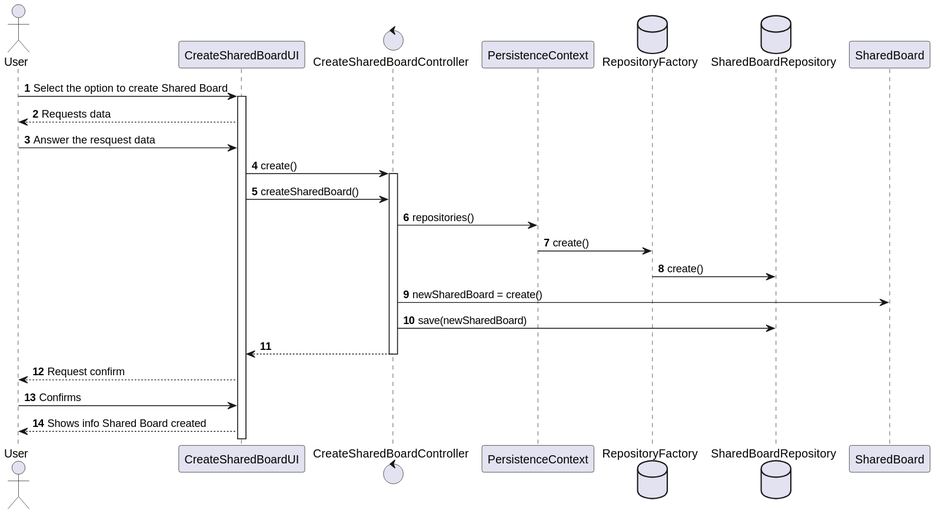
Earlier version of the PlantUML export docs/SPRINT B/US3002 - Create a Shared Board/Sequence_Diagram.svg (mascenso/isep-sem4-lapr4).
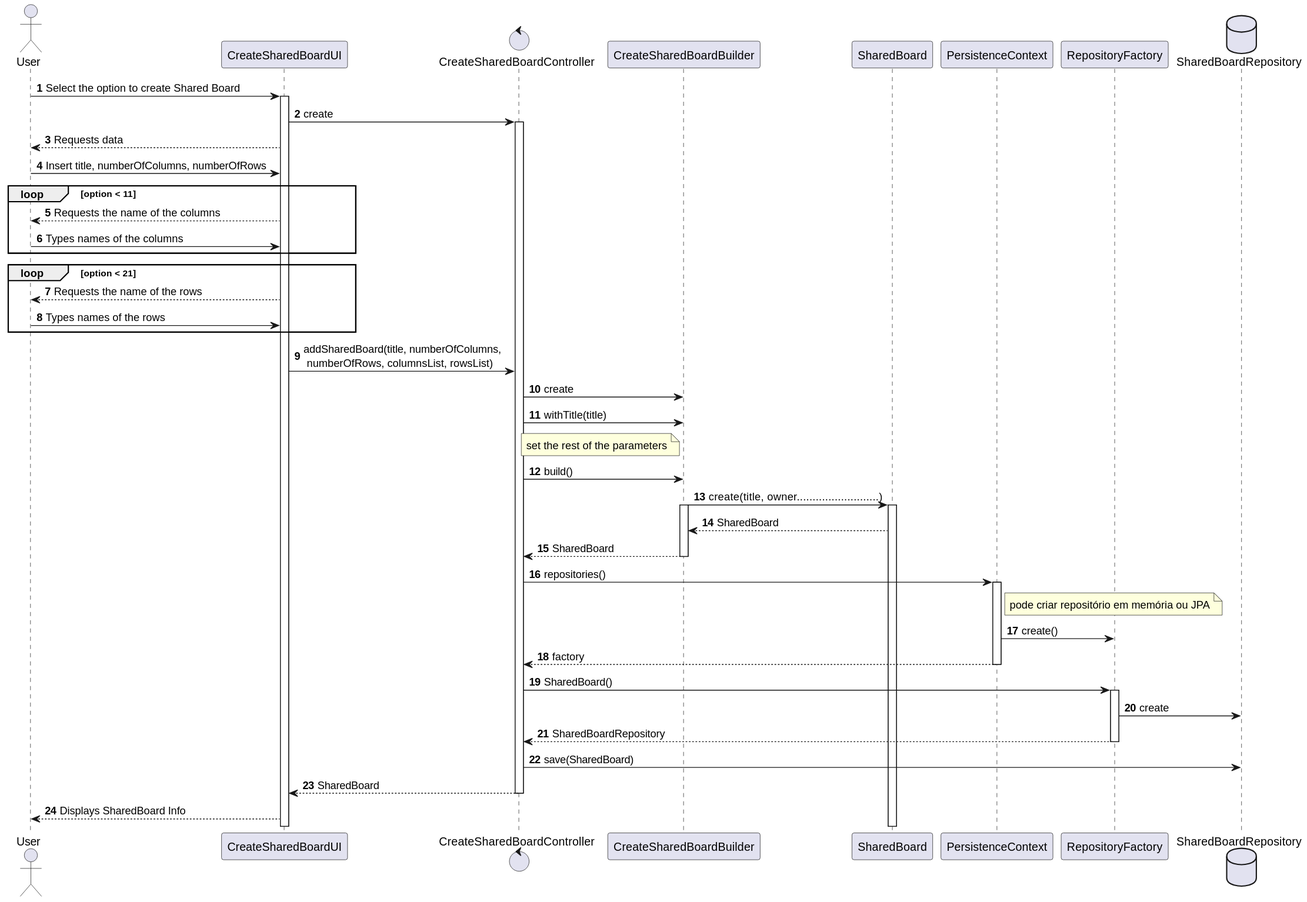
Later version of the same file.

Diff of the diagram source:
```diff
@@ -4,27 +4,57 @@
 
 actor User
 
+
 User -> CreateSharedBoardUI: Select the option to create Shared Board
 activate CreateSharedBoardUI
+control CreateSharedBoardController
+
+CreateSharedBoardUI -> CreateSharedBoardController: create
+activate CreateSharedBoardController
 CreateSharedBoardUI --> User: Requests data
-User -> CreateSharedBoardUI: Answer the resquest data
+User -> CreateSharedBoardUI: Insert title, numberOfColumns, numberOfRows
+    loop option < 11
+        CreateSharedBoardUI --> User: Requests the name of the columns
+        User -> CreateSharedBoardUI: Types names of the columns
+    end
+     loop option < 21
+            CreateSharedBoardUI --> User: Requests the name of the rows
+            User -> CreateSharedBoardUI: Types names of the rows
+        end
 
-control CreateSharedBoardController
-CreateSharedBoardUI -> CreateSharedBoardController: create()
-activate CreateSharedBoardController
-CreateSharedBoardUI -> CreateSharedBoardController: createSharedBoard()
 
+CreateSharedBoardUI -> CreateSharedBoardController: addSharedBoard(title, numberOfColumns,\n numberOfRows, columnsList, rowsList)
+
+CreateSharedBoardController -> CreateSharedBoardBuilder: create
+CreateSharedBoardController -> CreateSharedBoardBuilder: withTitle(title)
+note left of CreateSharedBoardBuilder: set the rest of the parameters
+CreateSharedBoardController -> CreateSharedBoardBuilder: build()
+CreateSharedBoardBuilder -> SharedBoard: create(title, owner..........................)
+activate SharedBoard
+activate CreateSharedBoardBuilder
+SharedBoard --> CreateSharedBoardBuilder: SharedBoard
+
+
+CreateSharedBoardBuilder --> CreateSharedBoardController: SharedBoard
+deactivate CreateSharedBoardBuilder
 CreateSharedBoardController -> PersistenceContext: repositories()
-database RepositoryFactory
+activate PersistenceContext
+
+note right of PersistenceContext: pode criar repositório em memória ou JPA
 PersistenceContext -> RepositoryFactory: create()
 database SharedBoardRepository
-RepositoryFactory -> SharedBoardRepository: create()
-CreateSharedBoardController -> SharedBoard: newSharedBoard = create()
-CreateSharedBoardController -> SharedBoardRepository: save(newSharedBoard)
-CreateSharedBoardController --> CreateSharedBoardUI:
+PersistenceContext --> CreateSharedBoardController : factory
+deactivate PersistenceContext
+CreateSharedBoardController -> RepositoryFactory: SharedBoard()
+activate RepositoryFactory
+RepositoryFactory -> SharedBoardRepository : create
+RepositoryFactory --> CreateSharedBoardController: SharedBoardRepository
+deactivate RepositoryFactory
+CreateSharedBoardController -> SharedBoardRepository: save(SharedBoard)
+CreateSharedBoardController --> CreateSharedBoardUI: SharedBoard
 deactivate CreateSharedBoardController
-CreateSharedBoardUI --> User: Request confirm
-User -> CreateSharedBoardUI: Confirms
-CreateSharedBoardUI --> User: Shows info Shared Board created
+
+CreateSharedBoardUI --> User: Displays SharedBoard Info
+
 deactivate CreateSharedBoardController
 @enduml
```
